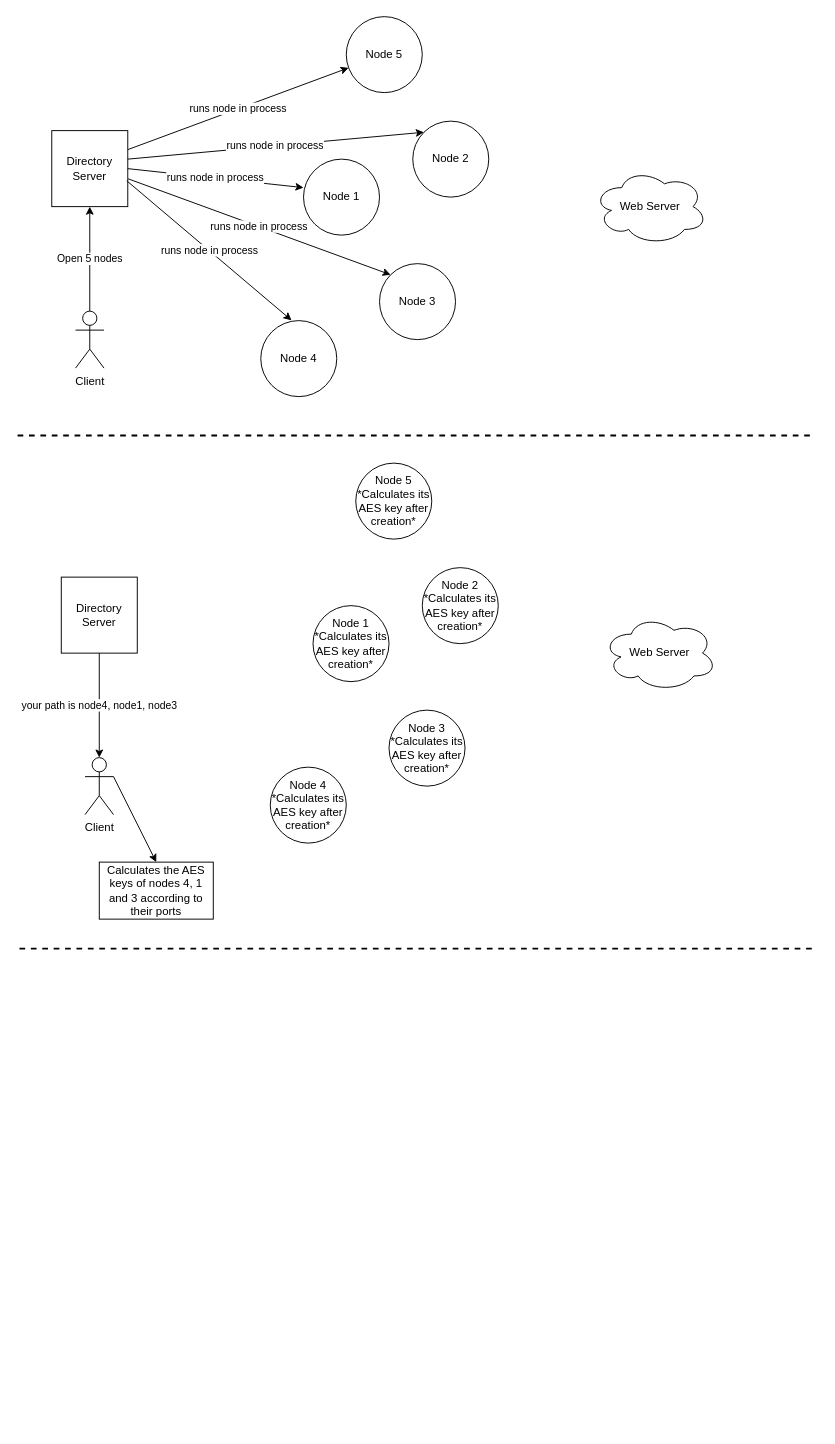
Before: TOR POC #1 diagram.drawio in LiamForReal/orbit, a draw.io diagram. Source tidied: cells renumbered, new cells numbered last; positions are measured from the earlier drawing's top-left corner, leaving out a move shared by most shapes. Both pictures are drawn from the tidied source at 95%, with x=0, y=0 at pixel (17, 16).
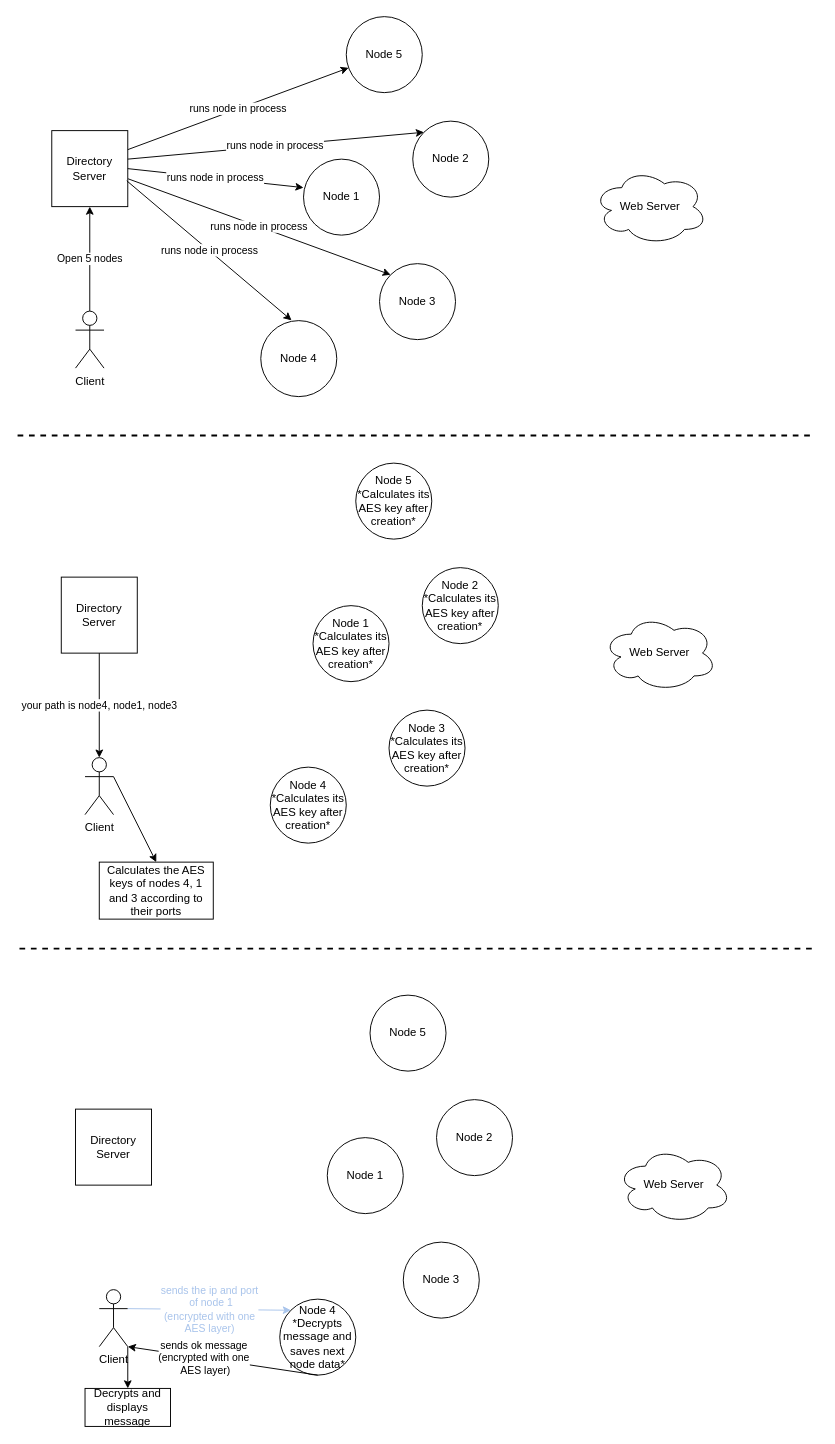
After the change.

The edit, as a diff of the source:
```diff
@@
+    <mxCell id="29" value="Web Server" style="ellipse;shape=cloud;whiteSpace=wrap;html=1;" parent="1" vertex="1">
+      <mxGeometry x="631" y="1190" width="120" height="80" as="geometry" />
+    </mxCell>
+    <mxCell id="30" value="Directory Server" style="whiteSpace=wrap;html=1;" parent="1" vertex="1">
+      <mxGeometry x="61" y="1150" width="80" height="80" as="geometry" />
+    </mxCell>
+    <mxCell id="31" value="Client" style="shape=umlActor;verticalLabelPosition=bottom;verticalAlign=top;html=1;outlineConnect=0;" parent="1" vertex="1">
+      <mxGeometry x="86" y="1340" width="30" height="60" as="geometry" />
+    </mxCell>
+    <mxCell id="32" value="Node 1" style="ellipse;whiteSpace=wrap;html=1;" parent="1" vertex="1">
+      <mxGeometry x="326" y="1180" width="80" height="80" as="geometry" />
+    </mxCell>
+    <mxCell id="33" value="Node 2" style="ellipse;whiteSpace=wrap;html=1;" parent="1" vertex="1">
+      <mxGeometry x="441" y="1140" width="80" height="80" as="geometry" />
+    </mxCell>
+    <mxCell id="34" value="Node 3" style="ellipse;whiteSpace=wrap;html=1;" parent="1" vertex="1">
+      <mxGeometry x="406" y="1290" width="80" height="80" as="geometry" />
+    </mxCell>
+    <mxCell id="35" value="&lt;div&gt;Node 4&lt;/div&gt;*Decrypts message and saves next node data*" style="ellipse;whiteSpace=wrap;html=1;" parent="1" vertex="1">
+      <mxGeometry x="276" y="1350" width="80" height="80" as="geometry" />
+    </mxCell>
+    <mxCell id="36" value="Node 5" style="ellipse;whiteSpace=wrap;html=1;" parent="1" vertex="1">
+      <mxGeometry x="371" y="1030" width="80" height="80" as="geometry" />
+    </mxCell>
+    <mxCell id="37" value="&lt;div&gt;&lt;font color=&quot;#a9c4eb&quot;&gt;sends the ip and port&lt;/font&gt;&lt;/div&gt;&lt;div&gt;&lt;font color=&quot;#a9c4eb&quot;&gt;&amp;nbsp;of node 1&lt;/font&gt;&lt;/div&gt;&lt;div&gt;&lt;font color=&quot;#a9c4eb&quot;&gt;(encrypted with one&lt;/font&gt;&lt;/div&gt;&lt;div&gt;&lt;font color=&quot;#a9c4eb&quot;&gt;AES layer)&lt;br&gt;&lt;/font&gt;&lt;/div&gt;" style="endArrow=classic;html=1;rounded=0;exitX=1;exitY=0.3333333333333333;exitDx=0;exitDy=0;exitPerimeter=0;entryX=0;entryY=0;entryDx=0;entryDy=0;strokeWidth=1;fillColor=#dae8fc;strokeColor=#A9C4EB;" parent="1" edge="1" source="31" target="35">
+      <mxGeometry relative="1" as="geometry" />
+    </mxCell>
+    <mxCell id="38" style="endArrow=classic;html=1;rounded=0;exitX=0.5;exitY=1;exitDx=0;exitDy=0;" parent="1" edge="1" source="35">
+      <mxGeometry relative="1" as="geometry">
+        <mxPoint x="116" y="1400" as="targetPoint" />
+      </mxGeometry>
+    </mxCell>
+    <mxCell id="39" value="&lt;div&gt;sends ok message&lt;/div&gt;&lt;div&gt;(encrypted with one&lt;/div&gt;&lt;div&gt;&amp;nbsp;AES layer)&lt;br&gt;&lt;/div&gt;" style="edgeLabel;html=1;align=center;verticalAlign=middle;" parent="38" vertex="1">
+      <mxGeometry x="0.21" relative="1" as="geometry" />
+    </mxCell>
+    <mxCell id="40" style="endArrow=classic;html=1;rounded=0;entryX=0.5;entryY=0;entryDx=0;entryDy=0;" parent="1" edge="1" target="41">
+      <mxGeometry relative="1" as="geometry">
+        <mxPoint x="116" y="1400" as="sourcePoint" />
+      </mxGeometry>
+    </mxCell>
+    <mxCell id="41" value="Decrypts and displays message" style="rounded=0;whiteSpace=wrap;html=1;" parent="1" vertex="1">
+      <mxGeometry x="71" y="1444" width="90" height="40" as="geometry" />
+    </mxCell>
```
